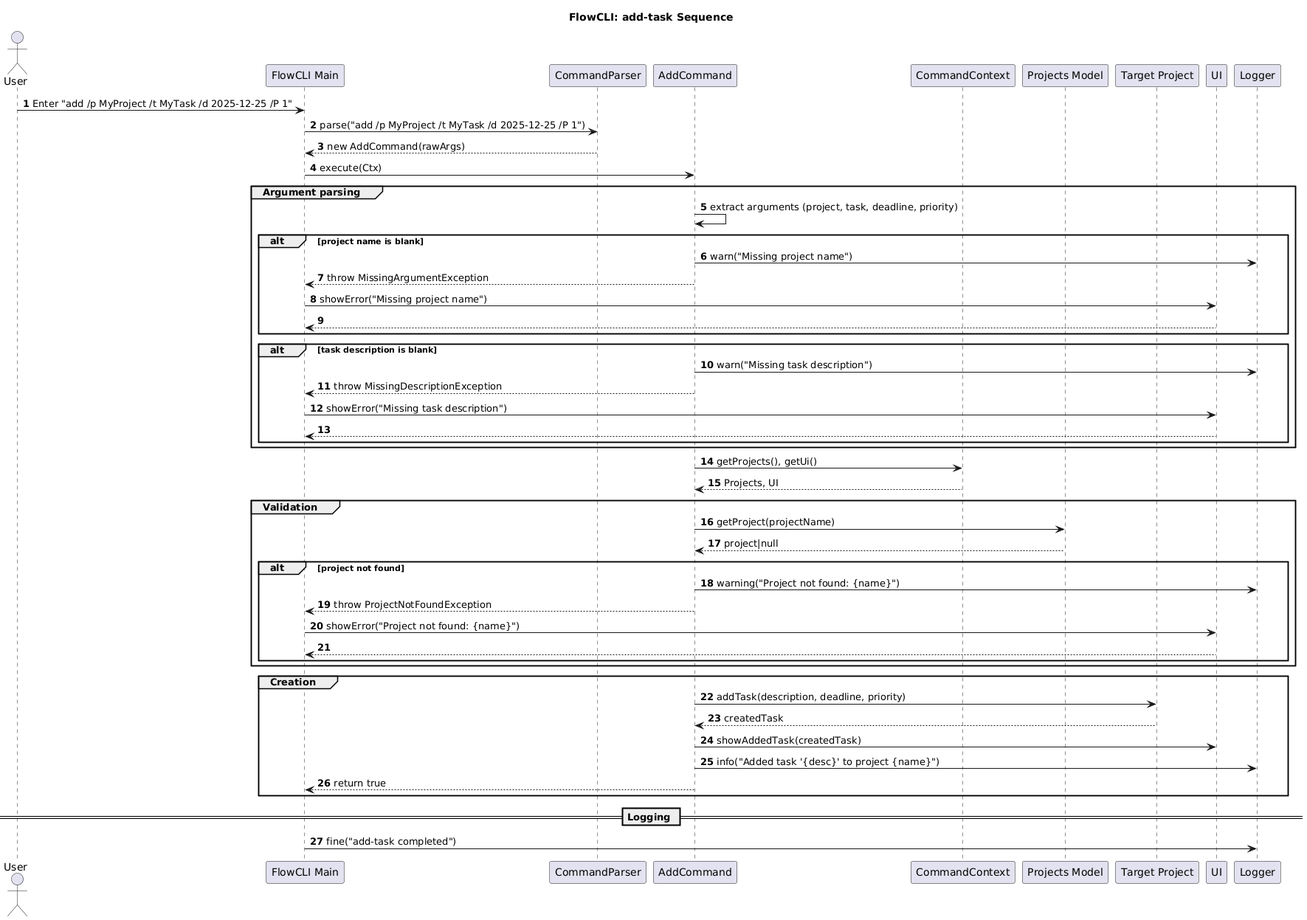
Above: docs/plantUML/task-management/add-task-seq-diag.png in sean6369/tp (PlantUML), before the change.
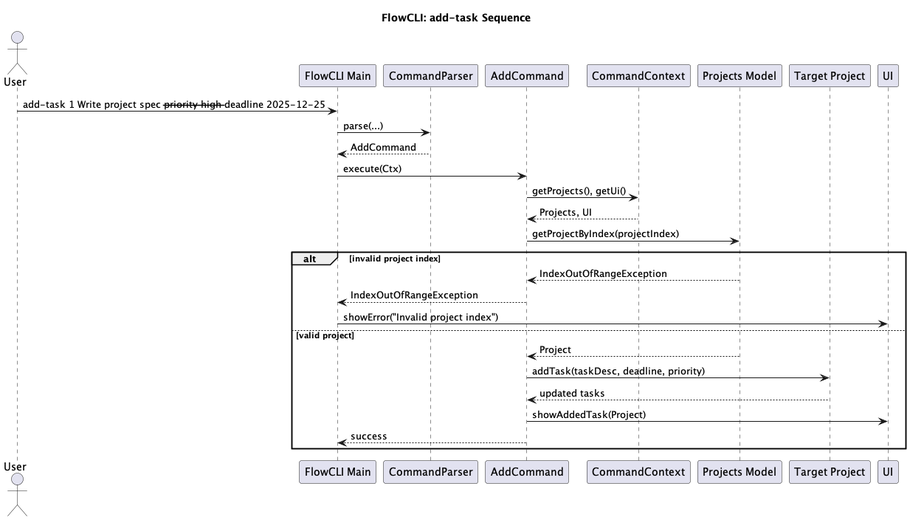
After the change.

Commit message:
update task mgmt plantUML diagrams

Diff of the diagram source:
```diff
@@ -1,6 +1,5 @@
-@startuml
+@startuml AddTaskSequenceDiagram
 title FlowCLI: add-task Sequence
-autonumber
 
 actor User
 participant "FlowCLI Main" as CLI
@@ -10,52 +9,28 @@
 participant "Projects Model" as Projects
 participant "Target Project" as Project
 participant "UI" as UI
-participant "Logger" as Log
 
-User -> CLI: Enter "add /p MyProject /t MyTask /d 2025-12-25 /P 1"
-CLI -> Parser: parse("add /p MyProject /t MyTask /d 2025-12-25 /P 1")
-Parser --> CLI: new AddCommand(rawArgs)
+User -> CLI: add-task 1 Write project spec --priority high --deadline 2025-12-25
+CLI -> Parser: parse(...)
+Parser --> CLI: AddCommand
 
 CLI -> AddCmd: execute(Ctx)
-
-group Argument parsing
-  AddCmd -> AddCmd: extract arguments (project, task, deadline, priority)
-  alt project name is blank
-    AddCmd -> Log: warn("Missing project name")
-    AddCmd --> CLI: throw MissingArgumentException
-    CLI -> UI: showError("Missing project name")
-    return
-  end
-  alt task description is blank
-    AddCmd -> Log: warn("Missing task description")
-    AddCmd --> CLI: throw MissingDescriptionException
-    CLI -> UI: showError("Missing task description")
-    return
-  end
-end
 
 AddCmd -> Ctx: getProjects(), getUi()
 Ctx --> AddCmd: Projects, UI
 
-group Validation
-  AddCmd -> Projects: getProject(projectName)
-  Projects --> AddCmd: project|null
-  alt project not found
-    AddCmd -> Log: warning("Project not found: {name}")
-    AddCmd --> CLI: throw ProjectNotFoundException
-    CLI -> UI: showError("Project not found: {name}")
-    return
-  end
+AddCmd -> Projects: getProjectByIndex(projectIndex)
+
+alt invalid project index
+    Projects --> AddCmd: IndexOutOfRangeException
+    AddCmd --> CLI: IndexOutOfRangeException
+    CLI -> UI: showError("Invalid project index")
+else valid project
+    Projects --> AddCmd: Project
+    AddCmd -> Project: addTask(taskDesc, deadline, priority)
+    Project --> AddCmd: updated tasks
+    AddCmd -> UI: showAddedTask(Project)
+    AddCmd --> CLI: success
 end
 
-group Creation
-  AddCmd -> Project: addTask(description, deadline, priority)
-  Project --> AddCmd: createdTask
-  AddCmd -> UI: showAddedTask(createdTask)
-  AddCmd -> Log: info("Added task '{desc}' to project {name}")
-  AddCmd --> CLI: return true
-end
-
-== Logging ==
-CLI -> Log: fine("add-task completed")
 @enduml
```
